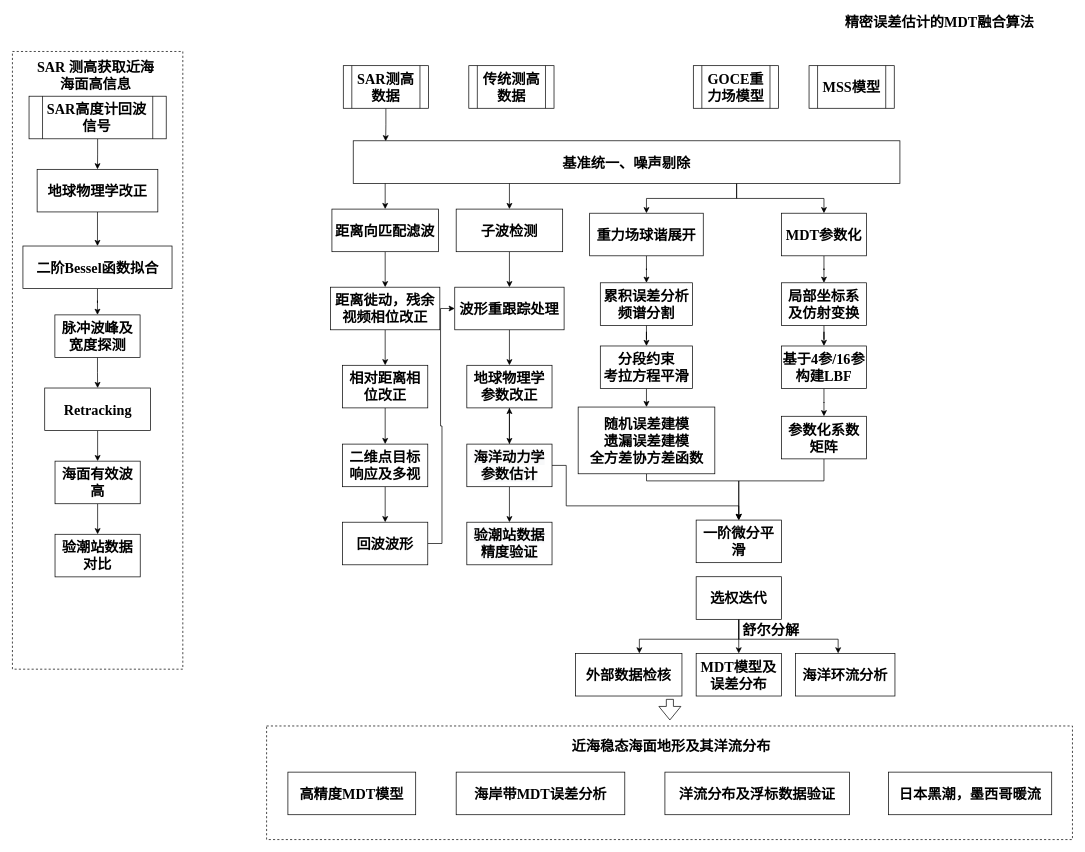
Before: Copy of Multi-source rigorous fusion algorithom for MDT refinement.drawio in skgiter/drawIO, a draw.io diagram. Source tidied: cells renumbered, new cells numbered last; positions are measured from the earlier drawing's top-left corner, leaving out a move shared by most shapes. Both pictures are drawn from the tidied source at 71%, with x=0, y=0 at pixel (12, 12).
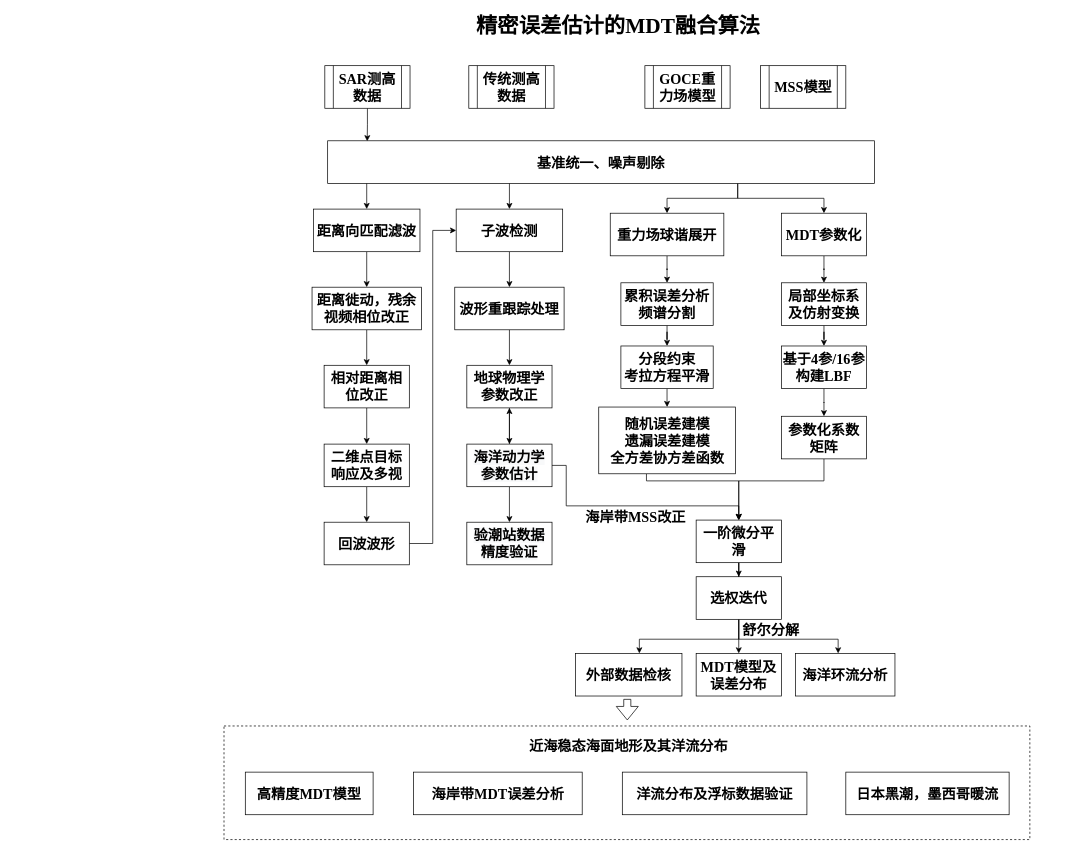
Above is the later version.

The change refers to these unchanged cells:
```xml
<mxCell id="34" value="MDT参数化" style="rounded=0;whiteSpace=wrap;html=1;fontFamily=Times New Roman;fontStyle=1;fontSize=20;" parent="1" vertex="1">
  <mxGeometry x="1083" y="282.8" width="120" height="60" as="geometry" />
</mxCell>
<mxCell id="44" value="&lt;b style=&quot;font-size: 20px;&quot;&gt;选权迭代&lt;/b&gt;" style="whiteSpace=wrap;html=1;rounded=0;fontFamily=Times New Roman;fontSize=20;" parent="1" vertex="1">
  <mxGeometry x="963" y="794.8" width="120" height="60" as="geometry" />
</mxCell>
<mxCell id="70" value="子波检测" style="rounded=0;whiteSpace=wrap;html=1;fontFamily=Times New Roman;fontStyle=1;fontSize=20;" parent="1" vertex="1">
  <mxGeometry x="625" y="277" width="150" height="60" as="geometry" />
</mxCell>
<mxCell id="72" value="波形重跟踪处理" style="whiteSpace=wrap;html=1;rounded=0;fontFamily=Times New Roman;fontStyle=1;fontSize=20;" parent="1" vertex="1">
  <mxGeometry x="623" y="387" width="154" height="60" as="geometry" />
</mxCell>
<mxCell id="80" value="一阶微分平滑" style="rounded=0;whiteSpace=wrap;html=1;fontFamily=Times New Roman;fontSize=20;fontStyle=1;" parent="1" vertex="1">
  <mxGeometry x="963" y="715" width="120" height="60" as="geometry" />
</mxCell>
```

Change to the diagram source:
```diff
@@
-    <mxCell id="2" style="rounded=0;whiteSpace=wrap;html=1;fontFamily=Times New Roman;fontSize=20;dashed=1;" parent="1" vertex="1">
-      <mxGeometry y="55" width="240" height="870" as="geometry" />
-    </mxCell>
-    <mxCell id="3" value="SAR 测高获取近海&lt;br&gt;海面高信息" style="text;html=1;strokeColor=none;fillColor=none;align=center;verticalAlign=middle;whiteSpace=wrap;rounded=0;dashed=1;fontFamily=Times New Roman;fontSize=20;fontStyle=1;" parent="1" vertex="1">
-      <mxGeometry x="16.2" y="75" width="203" height="25" as="geometry" />
-    </mxCell>
-    <mxCell id="4" style="edgeStyle=orthogonalEdgeStyle;rounded=0;jettySize=auto;html=1;fontFamily=Times New Roman;fontStyle=1;fontSize=20;" parent="1" edge="1" source="5" target="7">
-      <mxGeometry relative="1" as="geometry" />
-    </mxCell>
-    <mxCell id="5" value="SAR高度计回波信号" style="shape=process;whiteSpace=wrap;html=1;backgroundOutline=1;fontFamily=Times New Roman;fontStyle=1;fontSize=20;" parent="1" vertex="1">
-      <mxGeometry x="23.4" y="118" width="193.2" height="60" as="geometry" />
-    </mxCell>
-    <mxCell id="6" style="edgeStyle=orthogonalEdgeStyle;rounded=0;jettySize=auto;html=1;fontFamily=Times New Roman;fontStyle=1;fontSize=20;" parent="1" edge="1" source="7" target="9">
-      <mxGeometry relative="1" as="geometry" />
-    </mxCell>
-    <mxCell id="7" value="地球物理学改正" style="rounded=0;whiteSpace=wrap;html=1;fontFamily=Times New Roman;fontStyle=1;fontSize=20;" parent="1" vertex="1">
-      <mxGeometry x="34.8" y="221" width="170" height="60" as="geometry" />
-    </mxCell>
-    <mxCell id="8" style="edgeStyle=orthogonalEdgeStyle;rounded=0;jettySize=auto;html=1;fontFamily=Times New Roman;fontStyle=1;fontSize=20;" parent="1" edge="1" source="9" target="11">
-      <mxGeometry relative="1" as="geometry" />
-    </mxCell>
-    <mxCell id="9" value="&lt;span style=&quot;font-size: 20px;&quot;&gt;二阶&lt;/span&gt;&lt;span lang=&quot;EN-US&quot; style=&quot;font-size: 20px;&quot;&gt;Bessel&lt;/span&gt;&lt;span style=&quot;font-size: 20px;&quot;&gt;函数拟合&lt;/span&gt;" style="rounded=0;whiteSpace=wrap;html=1;fontFamily=Times New Roman;fontStyle=1;fontSize=20;" parent="1" vertex="1">
-      <mxGeometry x="14.8" y="329" width="210" height="60" as="geometry" />
-    </mxCell>
-    <mxCell id="10" style="edgeStyle=orthogonalEdgeStyle;rounded=0;jettySize=auto;html=1;fontFamily=Times New Roman;fontStyle=1;fontSize=20;" parent="1" edge="1" source="11" target="13">
-      <mxGeometry relative="1" as="geometry" />
-    </mxCell>
-    <mxCell id="11" value="&lt;span style=&quot;font-size: 20px;&quot;&gt;脉冲波峰及宽度探测&lt;/span&gt;" style="rounded=0;whiteSpace=wrap;html=1;fontFamily=Times New Roman;fontStyle=1;fontSize=20;" parent="1" vertex="1">
-      <mxGeometry x="59.8" y="426" width="120" height="60" as="geometry" />
-    </mxCell>
-    <mxCell id="12" style="edgeStyle=orthogonalEdgeStyle;rounded=0;jettySize=auto;html=1;fontFamily=Times New Roman;fontStyle=1;fontSize=20;" parent="1" edge="1" source="13" target="15">
-      <mxGeometry relative="1" as="geometry" />
-    </mxCell>
-    <mxCell id="13" value="Retracking" style="rounded=0;whiteSpace=wrap;html=1;fontFamily=Times New Roman;fontStyle=1;fontSize=20;" parent="1" vertex="1">
-      <mxGeometry x="45.5" y="529" width="149" height="60" as="geometry" />
-    </mxCell>
-    <mxCell id="14" style="edgeStyle=orthogonalEdgeStyle;rounded=0;jettySize=auto;html=1;fontFamily=Times New Roman;fontStyle=1;fontSize=20;" parent="1" edge="1" source="15" target="16">
-      <mxGeometry relative="1" as="geometry" />
-    </mxCell>
-    <mxCell id="15" value="&lt;span style=&quot;white-space: normal; font-size: 20px;&quot;&gt;海面有效波高&lt;/span&gt;" style="rounded=0;whiteSpace=wrap;html=1;fontFamily=Times New Roman;fontStyle=1;fontSize=20;" parent="1" vertex="1">
-      <mxGeometry x="60" y="632" width="120" height="60" as="geometry" />
-    </mxCell>
-    <mxCell id="16" value="&lt;span style=&quot;white-space: normal; font-size: 20px;&quot;&gt;验潮站数据对比&lt;/span&gt;" style="rounded=0;whiteSpace=wrap;html=1;fontFamily=Times New Roman;fontStyle=1;fontSize=20;" parent="1" vertex="1">
-      <mxGeometry x="60" y="735" width="120" height="60" as="geometry" />
-    </mxCell>
     <mxCell id="17" style="edgeStyle=orthogonalEdgeStyle;rounded=0;jettySize=auto;html=1;entryX=0.117;entryY=0.013;entryDx=0;entryDy=0;entryPerimeter=0;" parent="1" edge="1" source="18">
       <mxGeometry relative="1" as="geometry">
-        <mxPoint x="525.7" y="181.5" as="targetPoint" />
+        <mxPoint x="499.7" y="181.5" as="targetPoint" />
       </mxGeometry>
     </mxCell>
     <mxCell id="18" value="SAR测高数据" style="shape=process;whiteSpace=wrap;html=1;backgroundOutline=1;fontFamily=Times New Roman;fontStyle=1;fontSize=20;" parent="1" vertex="1">
-      <mxGeometry x="466" y="75" width="120" height="60" as="geometry" />
+      <mxGeometry x="440" y="75" width="120" height="60" as="geometry" />
     </mxCell>
-    <mxCell id="19" style="edgeStyle=orthogonalEdgeStyle;rounded=0;jettySize=auto;html=1;fontFamily=Times New Roman;fontStyle=1;fontSize=20;" parent="1" edge="1" source="21" target="23">
-      <mxGeometry relative="1" as="geometry">
-        <Array as="points">
-          <mxPoint x="1020" y="262" />
-          <mxPoint x="893" y="262" />
-        </Array>
-      </mxGeometry>
+    <mxCell id="19" style="edgeStyle=orthogonalEdgeStyle;rounded=0;jettySize=auto;html=1;exitX=0.75;exitY=1;exitDx=0;exitDy=0;entryX=0.5;entryY=0;entryDx=0;entryDy=0;fontFamily=Times New Roman;fontSize=30;" parent="1" edge="1" source="21" target="23">
+      <mxGeometry relative="1" as="geometry" />
     </mxCell>
-    <mxCell id="20" style="edgeStyle=orthogonalEdgeStyle;rounded=0;jettySize=auto;html=1;entryX=0.5;entryY=0;entryDx=0;entryDy=0;fontFamily=Times New Roman;fontSize=20;" parent="1" edge="1" source="21" target="34">
-      <mxGeometry relative="1" as="geometry">
-        <Array as="points">
-          <mxPoint x="1020" y="262" />
-          <mxPoint x="1143" y="262" />
-        </Array>
-      </mxGeometry>
+    <mxCell id="20" style="edgeStyle=orthogonalEdgeStyle;rounded=0;jettySize=auto;html=1;exitX=0.75;exitY=1;exitDx=0;exitDy=0;entryX=0.5;entryY=0;entryDx=0;entryDy=0;fontFamily=Times New Roman;fontSize=30;" parent="1" edge="1" source="21" target="34">
+      <mxGeometry relative="1" as="geometry" />
     </mxCell>
     <mxCell id="21" value="&lt;span style=&quot;white-space: normal; font-size: 20px;&quot;&gt;基准统一、噪声剔除&lt;/span&gt;" style="rounded=0;whiteSpace=wrap;html=1;fontFamily=Times New Roman;fontStyle=1;fontSize=20;" parent="1" vertex="1">
-      <mxGeometry x="480" y="180.8" width="770" height="60" as="geometry" />
+      <mxGeometry x="444" y="180.8" width="770" height="60" as="geometry" />
     </mxCell>
@@
     <mxCell id="23" value="重力场球谐展开" style="rounded=0;whiteSpace=wrap;html=1;fontFamily=Times New Roman;fontStyle=1;fontSize=20;" parent="1" vertex="1">
-      <mxGeometry x="813" y="282.8" width="160" height="60" as="geometry" />
+      <mxGeometry x="842" y="282.8" width="160" height="60" as="geometry" />
     </mxCell>
@@
     <mxCell id="25" value="&lt;span style=&quot;white-space: normal ; font-size: 20px&quot;&gt;累积误差分析&lt;br style=&quot;font-size: 20px&quot;&gt;频谱分割&lt;br style=&quot;font-size: 20px&quot;&gt;&lt;/span&gt;" style="rounded=0;whiteSpace=wrap;html=1;fontFamily=Times New Roman;fontStyle=1;fontSize=20;" parent="1" vertex="1">
-      <mxGeometry x="828" y="380.8" width="130" height="60" as="geometry" />
+      <mxGeometry x="857" y="380.8" width="130" height="60" as="geometry" />
     </mxCell>
@@
     <mxCell id="30" value="&lt;b style=&quot;font-size: 20px;&quot;&gt;分段约束&lt;br style=&quot;font-size: 20px;&quot;&gt;考拉方程平滑&lt;br style=&quot;font-size: 20px;&quot;&gt;&lt;/b&gt;" style="rounded=0;whiteSpace=wrap;html=1;fontFamily=Times New Roman;fontSize=20;" parent="1" vertex="1">
-      <mxGeometry x="828" y="469.8" width="130" height="60" as="geometry" />
+      <mxGeometry x="857" y="469.8" width="130" height="60" as="geometry" />
     </mxCell>
@@
     <mxCell id="32" value="随机误差建模&lt;br style=&quot;font-size: 20px;&quot;&gt;遗漏误差建模&lt;br style=&quot;font-size: 20px;&quot;&gt;全方差协方差函数" style="whiteSpace=wrap;html=1;rounded=0;fontFamily=Times New Roman;fontSize=20;fontStyle=1;" parent="1" vertex="1">
-      <mxGeometry x="796.8" y="555.8" width="192.5" height="94" as="geometry" />
+      <mxGeometry x="825.8" y="555.8" width="192.5" height="94" as="geometry" />
     </mxCell>
@@
     <mxCell id="45" value="&lt;span style=&quot;white-space: normal ; font-size: 20px&quot;&gt;MSS模型&lt;/span&gt;" style="shape=process;whiteSpace=wrap;html=1;backgroundOutline=1;fontFamily=Times New Roman;fontSize=20;fontColor=#000000;align=center;strokeColor=#000000;fillColor=#ffffff;fontStyle=1;" parent="1" vertex="1">
-      <mxGeometry x="1122" y="75" width="120" height="60" as="geometry" />
+      <mxGeometry x="1053.8" y="75" width="120" height="60" as="geometry" />
     </mxCell>
     <mxCell id="46" value="&lt;span style=&quot;white-space: normal; font-size: 20px;&quot;&gt;GOCE重力场模型&lt;/span&gt;" style="shape=process;whiteSpace=wrap;html=1;backgroundOutline=1;fontFamily=Times New Roman;fontSize=20;fontColor=#000000;align=center;strokeColor=#000000;fillColor=#ffffff;fontStyle=1;" parent="1" vertex="1">
-      <mxGeometry x="959" y="75" width="120" height="60" as="geometry" />
+      <mxGeometry x="890.8" y="75" width="120" height="60" as="geometry" />
     </mxCell>
-    <mxCell id="47" value="精密误差估计的MDT融合算法" style="text;html=1;strokeColor=none;fillColor=none;align=center;verticalAlign=middle;whiteSpace=wrap;rounded=0;dashed=1;fontFamily=Times New Roman;fontSize=20;fontStyle=1;" parent="1" vertex="1">
-      <mxGeometry x="1150" width="311.5" height="25" as="geometry" />
+    <mxCell id="47" value="精密误差估计的MDT融合算法" style="text;html=1;strokeColor=none;fillColor=none;align=center;verticalAlign=middle;whiteSpace=wrap;rounded=0;dashed=1;fontFamily=Times New Roman;fontSize=30;fontStyle=1;" parent="1" vertex="1">
+      <mxGeometry x="642.8" y="5" width="421" height="25" as="geometry" />
     </mxCell>
     <mxCell id="48" style="rounded=0;whiteSpace=wrap;html=1;dashed=1;fontFamily=Times New Roman;fontSize=20;" parent="1" vertex="1">
-      <mxGeometry x="358" y="1005" width="1135" height="160" as="geometry" />
+      <mxGeometry x="298" y="1005" width="1135" height="160" as="geometry" />
     </mxCell>
     <mxCell id="49" style="shape=flexArrow;endArrow=classic;html=1;entryX=0.5;entryY=0;entryDx=0;entryDy=0;exitX=0.5;exitY=1;exitDx=0;exitDy=0;fontFamily=Times New Roman;fontSize=20;" parent="1" edge="1">
       <mxGeometry relative="1" as="geometry">
-        <mxPoint x="926" y="967" as="sourcePoint" />
-        <mxPoint x="926" y="997" as="targetPoint" />
+        <mxPoint x="866" y="967" as="sourcePoint" />
+        <mxPoint x="866" y="997" as="targetPoint" />
       </mxGeometry>
     </mxCell>
     <mxCell id="50" value="海岸带MDT误差分析" style="rounded=0;whiteSpace=wrap;html=1;fontFamily=Times New Roman;fontSize=20;fontStyle=1;" parent="1" vertex="1">
-      <mxGeometry x="625" y="1070" width="237.5" height="60" as="geometry" />
+      <mxGeometry x="565" y="1070" width="237.5" height="60" as="geometry" />
     </mxCell>
     <mxCell id="51" value="近海稳态海面地形及其洋流分布" style="text;html=1;strokeColor=none;fillColor=none;align=center;verticalAlign=middle;whiteSpace=wrap;rounded=0;dashed=1;fontFamily=Times New Roman;fontSize=20;fontStyle=1;" parent="1" vertex="1">
-      <mxGeometry x="746" y="1020" width="364" height="25" as="geometry" />
+      <mxGeometry x="686" y="1020" width="364" height="25" as="geometry" />
     </mxCell>
     <mxCell id="52" value="洋流分布及浮标数据验证" style="rounded=0;whiteSpace=wrap;html=1;fontFamily=Times New Roman;fontSize=20;fontStyle=1;" parent="1" vertex="1">
-      <mxGeometry x="919" y="1070" width="260" height="60" as="geometry" />
+      <mxGeometry x="859" y="1070" width="260" height="60" as="geometry" />
     </mxCell>
     <mxCell id="53" value="日本黑潮，墨西哥暖流" style="rounded=0;whiteSpace=wrap;html=1;fontFamily=Times New Roman;fontSize=20;fontStyle=1;" parent="1" vertex="1">
-      <mxGeometry x="1233.8" y="1070" width="230" height="60" as="geometry" />
+      <mxGeometry x="1173.8" y="1070" width="230" height="60" as="geometry" />
     </mxCell>
     <mxCell id="54" value="高精度MDT模型" style="rounded=0;whiteSpace=wrap;html=1;fontFamily=Times New Roman;fontSize=20;fontStyle=1;" parent="1" vertex="1">
-      <mxGeometry x="388" y="1070" width="180" height="60" as="geometry" />
+      <mxGeometry x="328" y="1070" width="180" height="60" as="geometry" />
     </mxCell>
@@
     <mxCell id="58" style="edgeStyle=orthogonalEdgeStyle;rounded=0;jettySize=auto;html=1;exitX=0.119;exitY=1.071;exitDx=0;exitDy=0;entryX=0.5;entryY=0;entryDx=0;entryDy=0;fontFamily=Times New Roman;fontSize=20;exitPerimeter=0;" parent="1" edge="1" target="59">
       <mxGeometry relative="1" as="geometry">
-        <mxPoint x="525" y="241" as="sourcePoint" />
+        <mxPoint x="499" y="241" as="sourcePoint" />
       </mxGeometry>
     </mxCell>
     <mxCell id="59" value="距离向匹配滤波" style="rounded=0;whiteSpace=wrap;html=1;fontFamily=Times New Roman;fontStyle=1;fontSize=20;" parent="1" vertex="1">
-      <mxGeometry x="450" y="277" width="150" height="60" as="geometry" />
+      <mxGeometry x="424" y="277" width="150" height="60" as="geometry" />
     </mxCell>
@@
     <mxCell id="61" value="距离徙动，残余视频相位改正" style="whiteSpace=wrap;html=1;rounded=0;fontFamily=Times New Roman;fontStyle=1;fontSize=20;" parent="1" vertex="1">
-      <mxGeometry x="448" y="387" width="154" height="60" as="geometry" />
+      <mxGeometry x="422" y="387" width="154" height="60" as="geometry" />
     </mxCell>
@@
     <mxCell id="63" value="相对距离相位改正" style="whiteSpace=wrap;html=1;rounded=0;fontFamily=Times New Roman;fontStyle=1;fontSize=20;" parent="1" vertex="1">
-      <mxGeometry x="465" y="497" width="120" height="60" as="geometry" />
+      <mxGeometry x="439" y="497" width="120" height="60" as="geometry" />
     </mxCell>
@@
     <mxCell id="65" value="二维点目标响应及多视" style="whiteSpace=wrap;html=1;rounded=0;fontFamily=Times New Roman;fontStyle=1;fontSize=20;" parent="1" vertex="1">
-      <mxGeometry x="465" y="608" width="120" height="60" as="geometry" />
+      <mxGeometry x="439" y="608" width="120" height="60" as="geometry" />
     </mxCell>
-    <mxCell id="66" style="edgeStyle=orthogonalEdgeStyle;rounded=0;jettySize=auto;html=1;exitX=1;exitY=0.5;exitDx=0;exitDy=0;entryX=0;entryY=0.5;entryDx=0;entryDy=0;fontFamily=Times New Roman;fontSize=20;" parent="1" edge="1" source="67" target="72">
-      <mxGeometry relative="1" as="geometry" />
-    </mxCell>
+    <mxCell id="81" style="edgeStyle=orthogonalEdgeStyle;rounded=0;jettySize=auto;html=1;entryX=0;entryY=0.5;entryDx=0;entryDy=0;fontFamily=Times New Roman;fontSize=30;" parent="1" edge="1" source="67" target="70">
+      <mxGeometry relative="1" as="geometry" />
+    </mxCell>
     <mxCell id="67" value="回波波形" style="whiteSpace=wrap;html=1;rounded=0;fontFamily=Times New Roman;fontStyle=1;fontSize=20;" parent="1" vertex="1">
-      <mxGeometry x="465" y="718" width="120" height="60" as="geometry" />
+      <mxGeometry x="439" y="718" width="120" height="60" as="geometry" />
     </mxCell>
@@
+    <mxCell id="82" style="edgeStyle=orthogonalEdgeStyle;rounded=0;jettySize=auto;html=1;entryX=0.5;entryY=0;entryDx=0;entryDy=0;fontFamily=Times New Roman;fontSize=30;" parent="1" edge="1" source="80" target="44">
+      <mxGeometry relative="1" as="geometry" />
+    </mxCell>
@@
+    <mxCell id="83" value="海岸带MSS改正" style="text;html=1;strokeColor=none;fillColor=none;align=center;verticalAlign=middle;whiteSpace=wrap;rounded=0;fontFamily=Times New Roman;fontSize=20;fontStyle=1;" parent="1" vertex="1">
+      <mxGeometry x="797" y="695" width="162" height="30" as="geometry" />
+    </mxCell>
```
